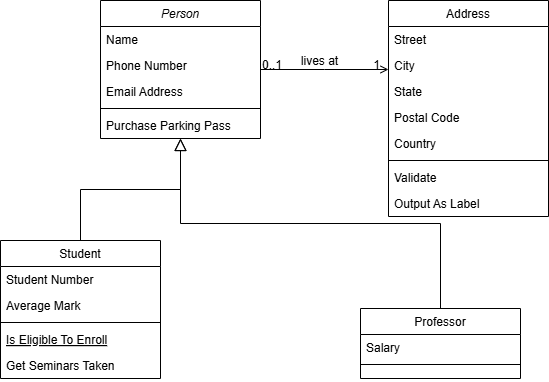
This is Documentation/Planify_ClassDiagram.drawio.png from muazzamaqeel/Planify-Calendar, a draw.io export, as it was before one commit. Source tidied: cells renumbered, new cells last; positions are measured from the earlier drawing's top-left corner, leaving out a move shared by most shapes.
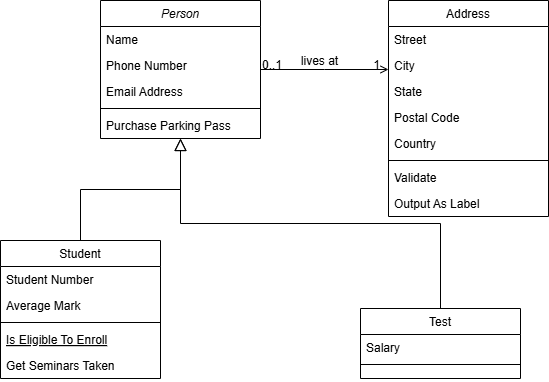
Above is the later version.

What changed in the source:
```diff
@@ -41,7 +41,7 @@
     <mxCell id="14" style="endArrow=block;endSize=10;endFill=0;shadow=0;strokeWidth=1;rounded=0;curved=0;edgeStyle=elbowEdgeStyle;elbow=vertical;" parent="1" edge="1" source="8" target="2">
       <mxGeometry relative="1" as="geometry" />
     </mxCell>
-    <mxCell id="15" value="Professor" style="swimlane;fontStyle=0;align=center;verticalAlign=top;horizontal=1;startSize=26;rounded=0;shadow=0;strokeWidth=1;" parent="1" vertex="1">
+    <mxCell id="15" value="Test" style="swimlane;fontStyle=0;align=center;verticalAlign=top;horizontal=1;startSize=26;rounded=0;shadow=0;strokeWidth=1;" parent="1" vertex="1">
       <mxGeometry x="360" y="308" width="160" height="70" as="geometry" />
     </mxCell>
     <mxCell id="16" value="Salary" style="text;align=left;verticalAlign=top;spacingLeft=4;spacingRight=4;overflow=hidden;" parent="15" vertex="1">
```
